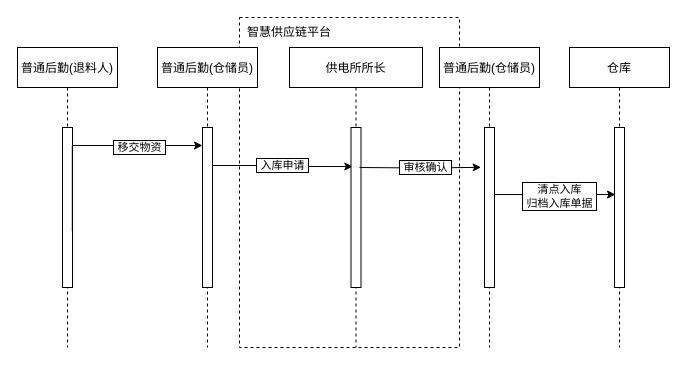
The draw.io diagram 退库流程图.drawio in KongValley/Bilibili-desc, before the edit. Source tidied: cells renumbered, new cells numbered last; positions are measured from the earlier drawing's top-left corner, leaving out a move shared by most shapes. Both pictures are drawn from the tidied source at 100%, with x=0, y=0 at pixel (17, 17).
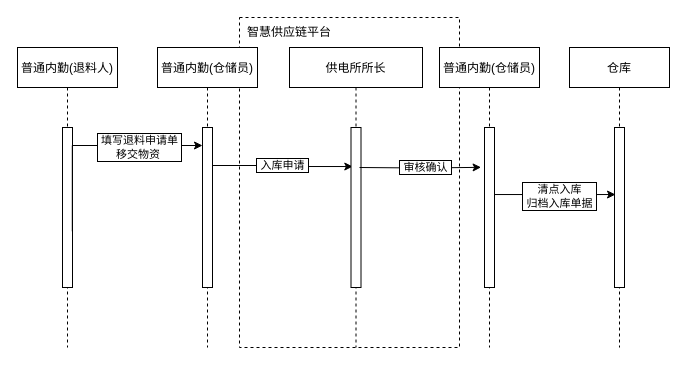
After the change.

Commit message:
更新退库流程图.drawio

Unchanged cells that the change refers to:
```xml
<mxCell id="10" style="edgeStyle=orthogonalEdgeStyle;rounded=0;jettySize=auto;html=1;exitX=0.98;exitY=0.649;exitDx=0;exitDy=0;exitPerimeter=0;" parent="9" edge="1" source="6">
  <mxGeometry relative="1" as="geometry">
    <mxPoint x="45" y="98" as="targetPoint" />
    <Array as="points">
      <mxPoint x="-85" y="98" />
    </Array>
  </mxGeometry>
</mxCell>
```

What changed in the source:
```diff
@@
-    <mxCell id="5" value="普通后勤(退料人)" style="shape=umlLifeline;perimeter=lifelinePerimeter;rounded=0;shadow=0;strokeWidth=1;" parent="1" vertex="1">
+    <mxCell id="5" value="普通内勤(退料人)" style="shape=umlLifeline;perimeter=lifelinePerimeter;rounded=0;shadow=0;strokeWidth=1;" parent="1" vertex="1">
       <mxGeometry y="30" width="100" height="300" as="geometry" />
     </mxCell>
@@
-    <mxCell id="9" value="普通后勤(仓储员)" style="shape=umlLifeline;perimeter=lifelinePerimeter;rounded=0;shadow=0;strokeWidth=1;" parent="1" vertex="1">
+    <mxCell id="9" value="普通内勤(仓储员)" style="shape=umlLifeline;perimeter=lifelinePerimeter;rounded=0;shadow=0;strokeWidth=1;" parent="1" vertex="1">
       <mxGeometry x="140" y="30" width="100" height="300" as="geometry" />
     </mxCell>
@@
-    <mxCell id="11" value="&amp;nbsp;移交物资&amp;nbsp;" style="edgeLabel;html=1;align=center;verticalAlign=middle;labelBorderColor=default;" parent="10" vertex="1">
+    <mxCell id="11" value="&amp;nbsp;填写退料申请单&amp;nbsp;&lt;br&gt;移交物资&amp;nbsp;" style="edgeLabel;html=1;align=center;verticalAlign=middle;labelBorderColor=default;" parent="10" vertex="1">
       <mxGeometry x="0.26" y="-1" relative="1" as="geometry">
         <mxPoint x="17" as="offset" />
       </mxGeometry>
     </mxCell>
@@
-    <mxCell id="19" value="普通后勤(仓储员)" style="shape=umlLifeline;perimeter=lifelinePerimeter;rounded=0;shadow=0;strokeWidth=1;" parent="1" vertex="1">
+    <mxCell id="19" value="普通内勤(仓储员)" style="shape=umlLifeline;perimeter=lifelinePerimeter;rounded=0;shadow=0;strokeWidth=1;" parent="1" vertex="1">
       <mxGeometry x="422" y="30" width="100" height="300" as="geometry" />
     </mxCell>
```
